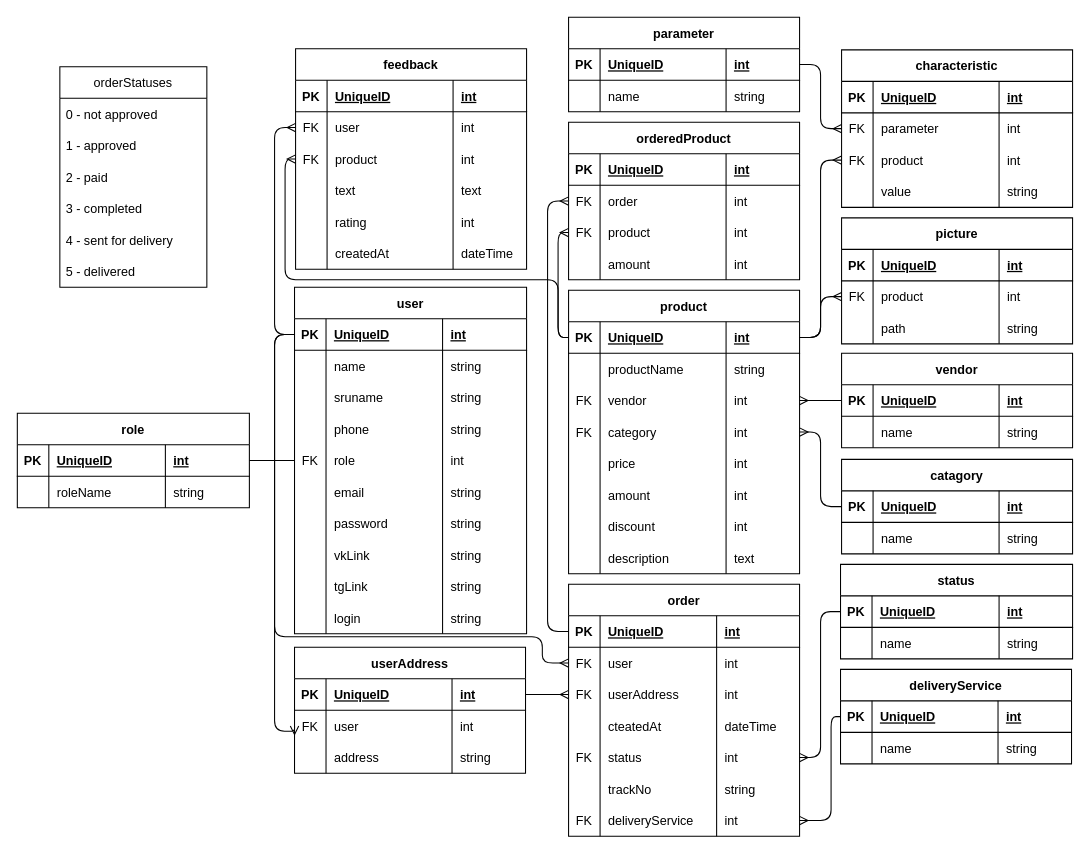
Above: VoiakaGM.drawio in TMWAG/voiakaGM-shop (draw.io), before the change. Source tidied: cells renumbered, new cells numbered last; positions are measured from the earlier drawing's top-left corner, leaving out a move shared by most shapes. Both pictures are drawn from the tidied source at 105%, with x=0, y=0 at pixel (17, 17).
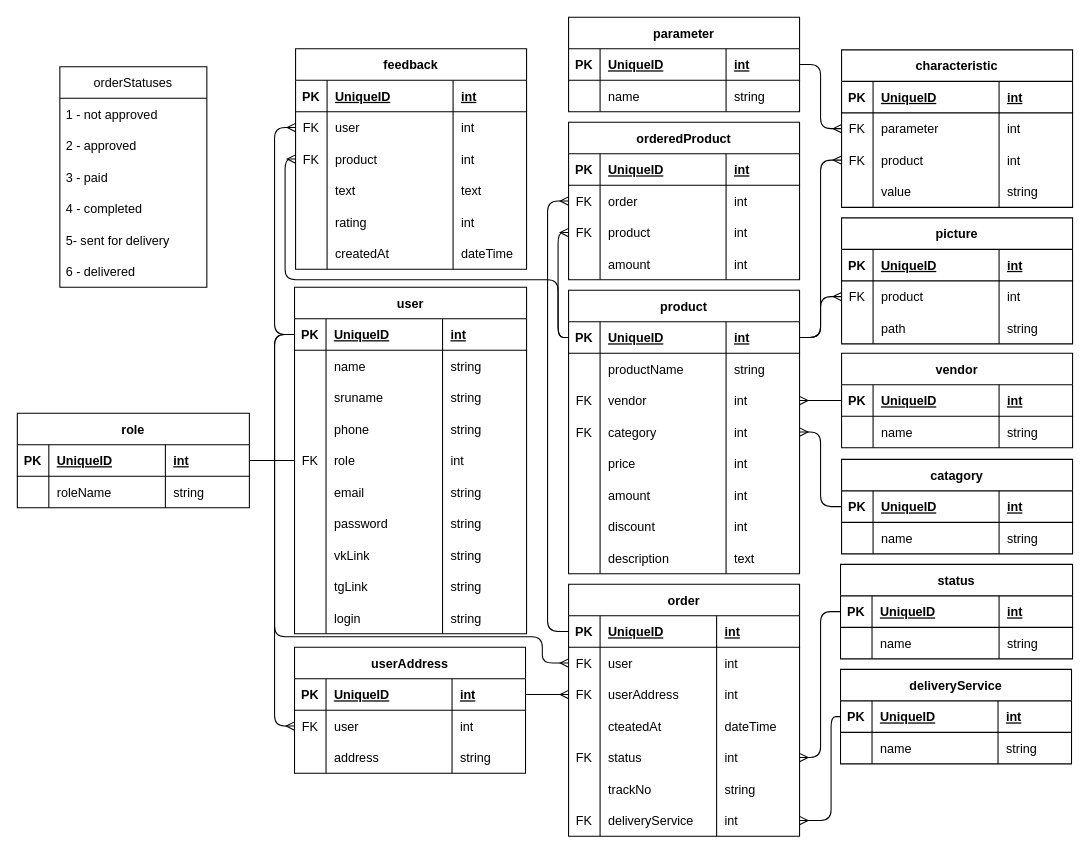
The same page after the edit.

Commit message:
renamed order statuses

Unchanged cells that the change refers to:
```xml
<mxCell id="3" style="shape=tableRow;horizontal=0;startSize=0;swimlaneHead=0;swimlaneBody=0;fillColor=none;points=[[0,0.5],[1,0.5]];portConstraint=eastwest;top=0;left=0;right=0;bottom=1;" parent="2" vertex="1">
  <mxGeometry y="30" width="221" height="30" as="geometry" />
</mxCell>
<mxCell id="229" style="shape=tableRow;horizontal=0;startSize=0;swimlaneHead=0;swimlaneBody=0;fillColor=none;points=[[0,0.5],[1,0.5]];portConstraint=eastwest;top=0;left=0;right=0;bottom=0;" parent="224" vertex="1">
  <mxGeometry y="60" width="220" height="30" as="geometry" />
</mxCell>
<mxCell id="259" value="orderStatuses" style="swimlane;fontStyle=0;horizontal=1;startSize=30;" parent="1" vertex="1">
  <mxGeometry x="40.5" y="47" width="140" height="210" as="geometry" />
</mxCell>
```

Change to the diagram source:
```diff
@@
     <mxCell id="238" style="edgeStyle=orthogonalEdgeStyle;rounded=1;jettySize=auto;html=1;exitX=0;exitY=0.5;exitDx=0;exitDy=0;entryX=0;entryY=0.5;entryDx=0;entryDy=0;endArrow=ERmany;endFill=0;" parent="1" edge="1" source="3" target="229">
       <mxGeometry relative="1" as="geometry">
         <Array as="points">
           <mxPoint x="245" y="302" />
-          <mxPoint x="245" y="680" />
+          <mxPoint x="245" y="675" />
         </Array>
       </mxGeometry>
     </mxCell>
@@
-    <mxCell id="260" value="0 - not approved" style="text;strokeColor=none;fillColor=none;align=left;verticalAlign=middle;spacingLeft=4;spacingRight=4;overflow=hidden;" parent="259" vertex="1">
+    <mxCell id="260" value="1 - not approved" style="text;strokeColor=none;fillColor=none;align=left;verticalAlign=middle;spacingLeft=4;spacingRight=4;overflow=hidden;" parent="259" vertex="1">
       <mxGeometry y="30" width="140" height="30" as="geometry" />
     </mxCell>
-    <mxCell id="261" value="1 - approved" style="text;strokeColor=none;fillColor=none;align=left;verticalAlign=middle;spacingLeft=4;spacingRight=4;overflow=hidden;" parent="259" vertex="1">
+    <mxCell id="261" value="2 - approved" style="text;strokeColor=none;fillColor=none;align=left;verticalAlign=middle;spacingLeft=4;spacingRight=4;overflow=hidden;" parent="259" vertex="1">
       <mxGeometry y="60" width="140" height="30" as="geometry" />
     </mxCell>
-    <mxCell id="262" value="2 - paid" style="text;strokeColor=none;fillColor=none;align=left;verticalAlign=middle;spacingLeft=4;spacingRight=4;overflow=hidden;" parent="259" vertex="1">
+    <mxCell id="262" value="3 - paid" style="text;strokeColor=none;fillColor=none;align=left;verticalAlign=middle;spacingLeft=4;spacingRight=4;overflow=hidden;" parent="259" vertex="1">
       <mxGeometry y="90" width="140" height="30" as="geometry" />
     </mxCell>
-    <mxCell id="263" value="3 - completed" style="text;strokeColor=none;fillColor=none;align=left;verticalAlign=middle;spacingLeft=4;spacingRight=4;overflow=hidden;" parent="259" vertex="1">
+    <mxCell id="263" value="4 - completed" style="text;strokeColor=none;fillColor=none;align=left;verticalAlign=middle;spacingLeft=4;spacingRight=4;overflow=hidden;" parent="259" vertex="1">
       <mxGeometry y="120" width="140" height="30" as="geometry" />
     </mxCell>
-    <mxCell id="264" value="4 - sent for delivery" style="text;strokeColor=none;fillColor=none;align=left;verticalAlign=middle;spacingLeft=4;spacingRight=4;overflow=hidden;" parent="259" vertex="1">
+    <mxCell id="264" value="5- sent for delivery" style="text;strokeColor=none;fillColor=none;align=left;verticalAlign=middle;spacingLeft=4;spacingRight=4;overflow=hidden;" parent="259" vertex="1">
       <mxGeometry y="150" width="140" height="30" as="geometry" />
     </mxCell>
-    <mxCell id="265" value="5 - delivered" style="text;strokeColor=none;fillColor=none;align=left;verticalAlign=middle;spacingLeft=4;spacingRight=4;overflow=hidden;" parent="259" vertex="1">
+    <mxCell id="265" value="6 - delivered" style="text;strokeColor=none;fillColor=none;align=left;verticalAlign=middle;spacingLeft=4;spacingRight=4;overflow=hidden;" parent="259" vertex="1">
       <mxGeometry y="180" width="140" height="30" as="geometry" />
     </mxCell>
```
